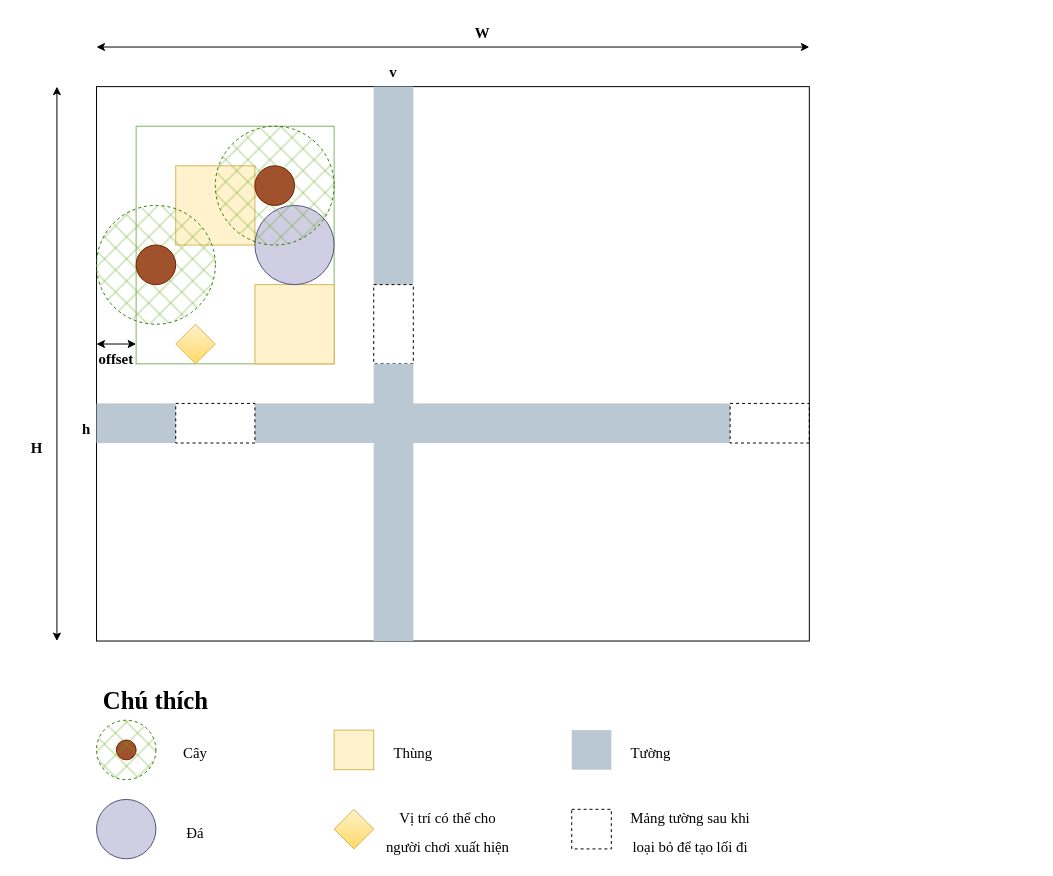
Above: page "Page-2" (1 of 3) of Diagram.drawio in Survival2D/Diagrams (draw.io), before the change. Source tidied: cells renumbered, new cells numbered last; positions are measured from the earlier drawing's top-left corner, leaving out a move shared by most shapes. Both pictures are drawn from the tidied source at 99%, with x=0, y=0 at pixel (17, 17).
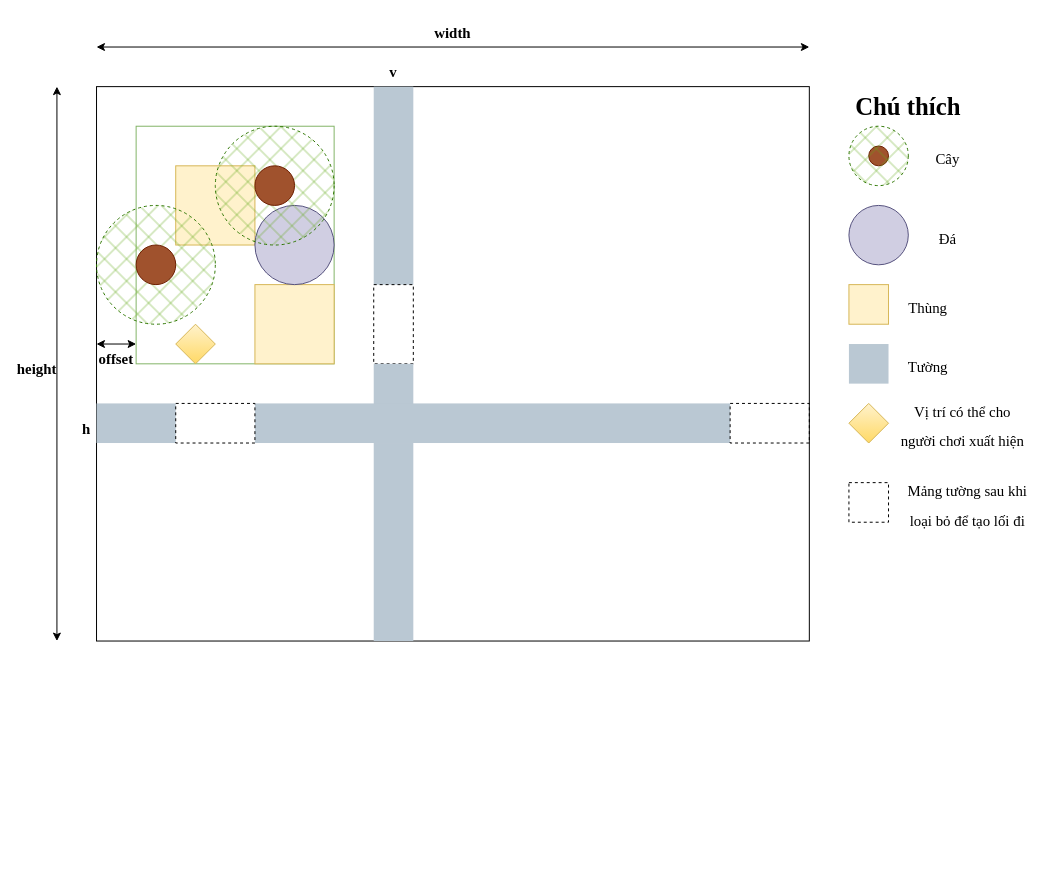
Above is the later version.

Diff of the diagram source:
```diff
@@
-    <mxCell id="6" value="W" style="text;html=1;strokeColor=none;fillColor=none;align=center;verticalAlign=middle;whiteSpace=wrap;rounded=0;fontStyle=1;fontSize=15;fontFamily=Times New Roman;" parent="1" vertex="1">
-      <mxGeometry x="440" width="60" height="30" as="geometry" />
+    <mxCell id="6" value="width" style="text;html=1;strokeColor=none;fillColor=none;align=center;verticalAlign=middle;whiteSpace=wrap;rounded=0;fontStyle=1;fontSize=15;fontFamily=Times New Roman;" parent="1" vertex="1">
+      <mxGeometry x="410" width="60" height="30" as="geometry" />
     </mxCell>
-    <mxCell id="7" value="H" style="text;html=1;strokeColor=none;fillColor=none;align=center;verticalAlign=middle;whiteSpace=wrap;rounded=0;fontStyle=1;fontSize=15;fontFamily=Times New Roman;" parent="1" vertex="1">
-      <mxGeometry y="420" width="40" height="30" as="geometry" />
+    <mxCell id="7" value="height" style="text;html=1;strokeColor=none;fillColor=none;align=center;verticalAlign=middle;whiteSpace=wrap;rounded=0;fontStyle=1;fontSize=15;fontFamily=Times New Roman;" parent="1" vertex="1">
+      <mxGeometry y="340" width="40" height="30" as="geometry" />
     </mxCell>
@@
     <mxCell id="24" style="ellipse;whiteSpace=wrap;html=1;fontFamily=Times New Roman;fontSize=20;fillColor=#a0522d;fontColor=#ffffff;strokeColor=#6D1F00;" parent="1" vertex="1">
-      <mxGeometry x="100" y="730" width="20" height="20" as="geometry" />
+      <mxGeometry x="860" y="130" width="20" height="20" as="geometry" />
     </mxCell>
     <mxCell id="25" style="ellipse;whiteSpace=wrap;html=1;dashed=1;fontFamily=Times New Roman;fontSize=20;fillColor=#60a917;fontColor=#ffffff;strokeColor=#2D7600;fillStyle=cross-hatch;" parent="1" vertex="1">
-      <mxGeometry x="80" y="710" width="60" height="60" as="geometry" />
+      <mxGeometry x="840" y="110" width="60" height="60" as="geometry" />
     </mxCell>
     <mxCell id="26" style="ellipse;whiteSpace=wrap;html=1;fillStyle=solid;fontFamily=Times New Roman;fontSize=20;fillColor=#d0cee2;strokeColor=#56517e;" parent="1" vertex="1">
-      <mxGeometry x="80" y="790" width="60" height="60" as="geometry" />
+      <mxGeometry x="840" y="190" width="60" height="60" as="geometry" />
     </mxCell>
     <mxCell id="27" value="Chú thích" style="text;html=1;strokeColor=none;fillColor=none;align=center;verticalAlign=middle;whiteSpace=wrap;rounded=0;fillStyle=solid;fontFamily=Times New Roman;fontSize=25;fontStyle=1;" parent="1" vertex="1">
-      <mxGeometry x="80" y="670" width="120" height="40" as="geometry" />
+      <mxGeometry x="840" y="70" width="120" height="40" as="geometry" />
     </mxCell>
     <mxCell id="28" style="rounded=0;whiteSpace=wrap;html=1;fontSize=15;fillColor=#fff2cc;strokeColor=#d6b656;" parent="1" vertex="1">
-      <mxGeometry x="320" y="720" width="40" height="40" as="geometry" />
+      <mxGeometry x="840" y="270" width="40" height="40" as="geometry" />
     </mxCell>
     <mxCell id="29" style="rhombus;whiteSpace=wrap;html=1;fillStyle=solid;fontFamily=Times New Roman;fontSize=20;fillColor=#fff2cc;strokeColor=#d6b656;gradientColor=#ffd966;" parent="1" vertex="1">
-      <mxGeometry x="320" y="800" width="40" height="40" as="geometry" />
+      <mxGeometry x="840" y="390" width="40" height="40" as="geometry" />
     </mxCell>
     <mxCell id="30" style="rounded=0;whiteSpace=wrap;html=1;fontFamily=Times New Roman;fontSize=20;fillColor=#bac8d3;strokeColor=none;" parent="1" vertex="1">
-      <mxGeometry x="560" y="720" width="40" height="40" as="geometry" />
+      <mxGeometry x="840" y="330" width="40" height="40" as="geometry" />
     </mxCell>
     <mxCell id="31" style="rounded=0;whiteSpace=wrap;html=1;fontFamily=Times New Roman;fontSize=20;fillColor=none;dashed=1;" parent="1" vertex="1">
-      <mxGeometry x="560" y="800" width="40" height="40" as="geometry" />
+      <mxGeometry x="840" y="470" width="40" height="40" as="geometry" />
     </mxCell>
     <mxCell id="32" value="&lt;font style=&quot;font-size: 15px;&quot;&gt;Cây&lt;/font&gt;" style="text;html=1;strokeColor=none;fillColor=none;align=center;verticalAlign=middle;whiteSpace=wrap;rounded=0;fillStyle=solid;fontFamily=Times New Roman;fontSize=25;" parent="1" vertex="1">
-      <mxGeometry x="150" y="725" width="60" height="30" as="geometry" />
+      <mxGeometry x="910" y="125" width="60" height="30" as="geometry" />
     </mxCell>
     <mxCell id="33" value="&lt;span style=&quot;font-size: 15px;&quot;&gt;Đá&lt;/span&gt;" style="text;html=1;strokeColor=none;fillColor=none;align=center;verticalAlign=middle;whiteSpace=wrap;rounded=0;fillStyle=solid;fontFamily=Times New Roman;fontSize=25;" parent="1" vertex="1">
-      <mxGeometry x="150" y="805" width="60" height="30" as="geometry" />
+      <mxGeometry x="910" y="205" width="60" height="30" as="geometry" />
     </mxCell>
     <mxCell id="34" value="&lt;span style=&quot;font-size: 15px;&quot;&gt;Vị trí có thể cho người chơi xuất hiện&lt;/span&gt;" style="text;html=1;strokeColor=none;fillColor=none;align=center;verticalAlign=middle;whiteSpace=wrap;rounded=0;fillStyle=solid;fontFamily=Times New Roman;fontSize=25;" parent="1" vertex="1">
-      <mxGeometry x="370" y="805" width="130" height="30" as="geometry" />
+      <mxGeometry x="890" y="395" width="130" height="30" as="geometry" />
     </mxCell>
     <mxCell id="35" value="&lt;font style=&quot;font-size: 15px;&quot;&gt;Thùng&lt;/font&gt;" style="text;html=1;strokeColor=none;fillColor=none;align=center;verticalAlign=middle;whiteSpace=wrap;rounded=0;fillStyle=solid;fontFamily=Times New Roman;fontSize=25;" parent="1" vertex="1">
-      <mxGeometry x="370" y="725" width="60" height="30" as="geometry" />
+      <mxGeometry x="890" y="275" width="60" height="30" as="geometry" />
     </mxCell>
     <mxCell id="36" value="&lt;font style=&quot;font-size: 15px;&quot;&gt;Tường&lt;/font&gt;" style="text;html=1;strokeColor=none;fillColor=none;align=center;verticalAlign=middle;whiteSpace=wrap;rounded=0;fillStyle=solid;fontFamily=Times New Roman;fontSize=25;" parent="1" vertex="1">
-      <mxGeometry x="610" y="725" width="60" height="30" as="geometry" />
+      <mxGeometry x="890" y="335" width="60" height="30" as="geometry" />
     </mxCell>
     <mxCell id="37" value="&lt;font style=&quot;font-size: 15px;&quot;&gt;Mảng tường sau khi loại bỏ để tạo lối đi&lt;/font&gt;" style="text;html=1;strokeColor=none;fillColor=none;align=center;verticalAlign=middle;whiteSpace=wrap;rounded=0;fillStyle=solid;fontFamily=Times New Roman;fontSize=25;" parent="1" vertex="1">
-      <mxGeometry x="610" y="805" width="140" height="30" as="geometry" />
+      <mxGeometry x="890" y="475" width="140" height="30" as="geometry" />
     </mxCell>
```
